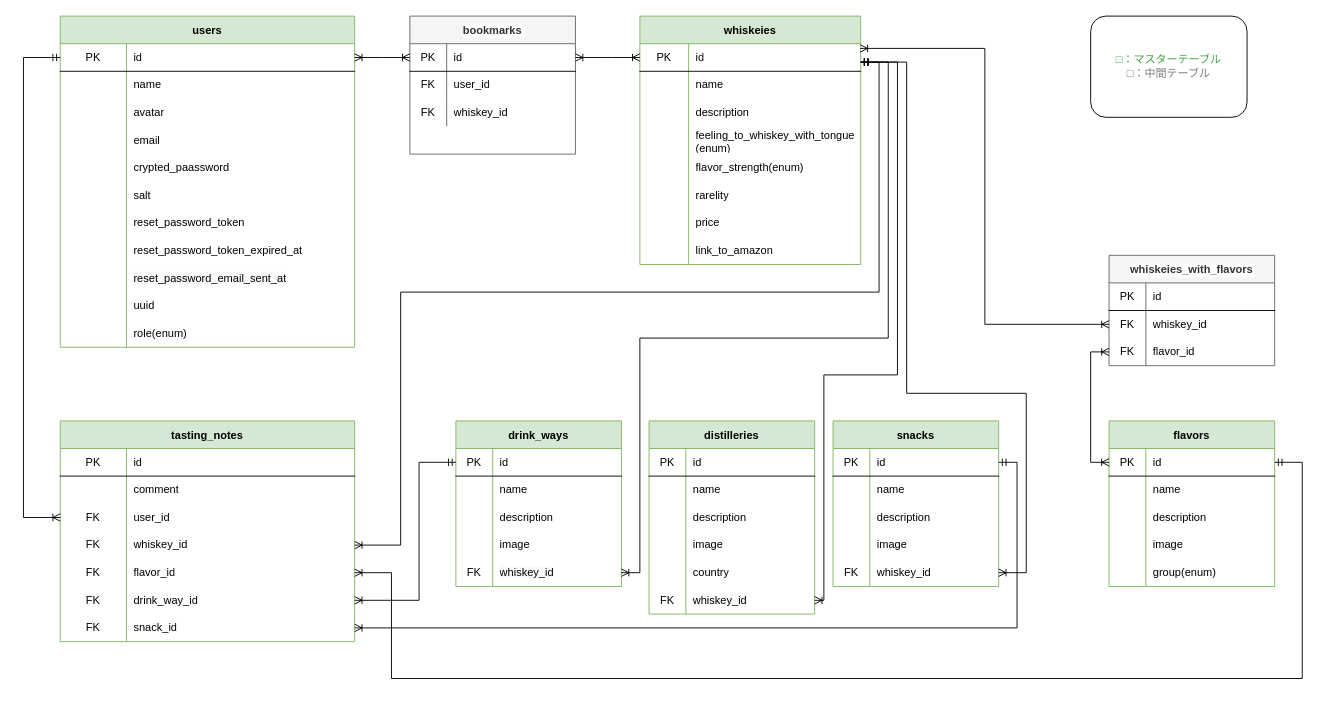
Earlier version of the draw.io diagram Untitled Diagram.drawio (tarakish/whiskey_database). Source tidied: cells renumbered, new cells numbered last; positions are measured from the earlier drawing's top-left corner, leaving out a move shared by most shapes. Both pictures are drawn from the tidied source at 92%, with x=0, y=0 at pixel (23, 16).
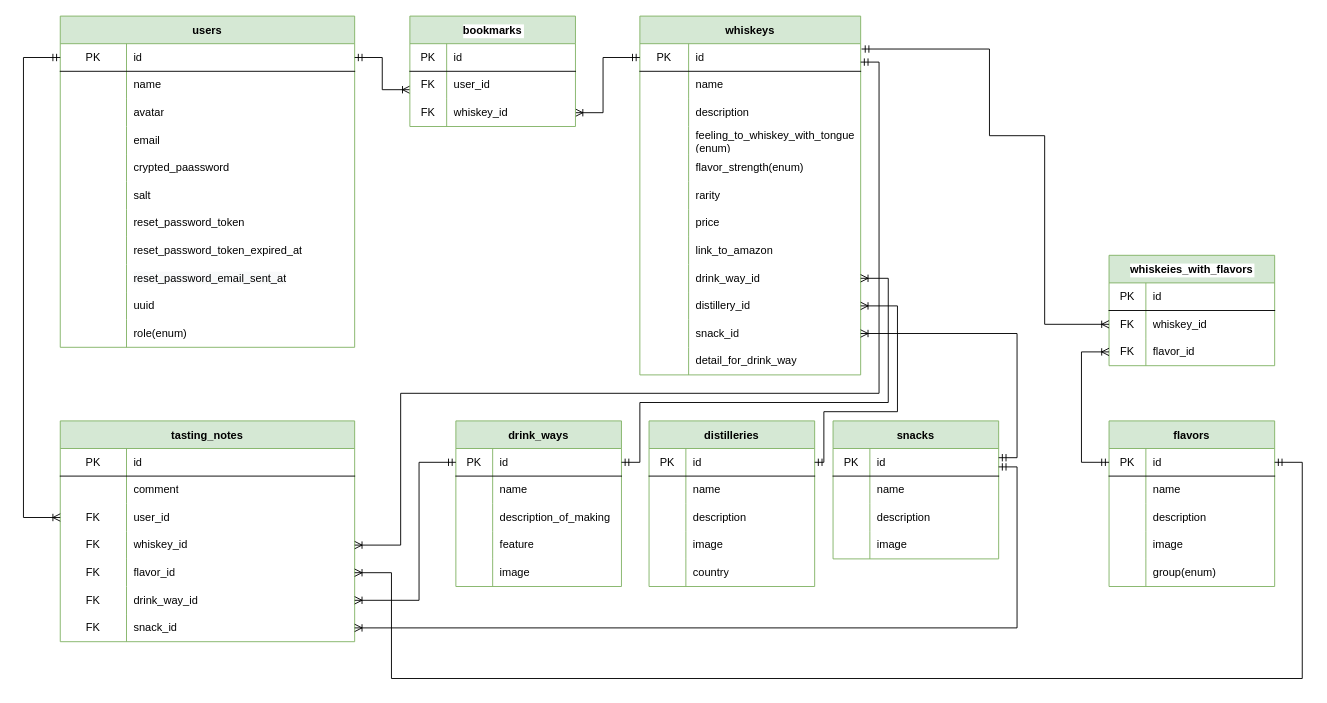
After the change.

Commit message:
Fix: fix ERD based on review

The change refers to these unchanged cells:
```xml
<mxCell id="2" value="users" style="shape=table;startSize=30;childLayout=tableLayout;rowLines=0;fontStyle=1;align=center;fillColor=#d5e8d4;strokeColor=#82b366;" parent="1" vertex="1">
  <mxGeometry x="40" width="320" height="360" as="geometry" />
</mxCell>
<mxCell id="3" style="shape=partialRectangle;html=1;whiteSpace=wrap;fillColor=none;top=0;left=0;bottom=1;right=0;points=[[0,0.5],[1,0.5]];portConstraint=eastwest;" parent="2" vertex="1">
  <mxGeometry y="30" width="320" height="30" as="geometry" />
</mxCell>
<mxCell id="37" style="shape=partialRectangle;html=1;whiteSpace=wrap;fillColor=none;top=0;left=0;bottom=1;right=0;points=[[0,0.5],[1,0.5]];portConstraint=eastwest;" parent="36" vertex="1">
  <mxGeometry y="30" width="180" height="30" as="geometry" />
</mxCell>
<mxCell id="53" style="shape=partialRectangle;html=1;whiteSpace=wrap;fillColor=none;top=0;left=0;bottom=1;right=0;points=[[0,0.5],[1,0.5]];portConstraint=eastwest;" parent="52" vertex="1">
  <mxGeometry y="30" width="240" height="30" as="geometry" />
</mxCell>
<mxCell id="68" style="shape=partialRectangle;html=1;whiteSpace=wrap;fillColor=none;top=0;left=0;bottom=0;right=0;" parent="52" vertex="1">
  <mxGeometry y="180" width="240" height="30" as="geometry" />
</mxCell>
<mxCell id="77" value="drink_ways" style="shape=table;startSize=30;childLayout=tableLayout;rowLines=0;fontStyle=1;align=center;fillColor=#d5e8d4;strokeColor=#82b366;" parent="1" vertex="1">
  <mxGeometry x="470" y="440" width="180" height="180" as="geometry" />
</mxCell>
<mxCell id="78" style="shape=partialRectangle;html=1;whiteSpace=wrap;fillColor=none;top=0;left=0;bottom=1;right=0;points=[[0,0.5],[1,0.5]];portConstraint=eastwest;" parent="77" vertex="1">
  <mxGeometry y="30" width="180" height="30" as="geometry" />
</mxCell>
<mxCell id="94" style="shape=partialRectangle;html=1;whiteSpace=wrap;fillColor=none;top=0;left=0;bottom=1;right=0;points=[[0,0.5],[1,0.5]];portConstraint=eastwest;" parent="93" vertex="1">
  <mxGeometry y="30" width="180" height="30" as="geometry" />
</mxCell>
<mxCell id="113" style="shape=partialRectangle;html=1;whiteSpace=wrap;fillColor=none;top=0;left=0;bottom=1;right=0;points=[[0,0.5],[1,0.5]];portConstraint=eastwest;" parent="112" vertex="1">
  <mxGeometry y="30" width="180" height="30" as="geometry" />
</mxCell>
<mxCell id="132" style="shape=partialRectangle;html=1;whiteSpace=wrap;fillColor=none;top=0;left=0;bottom=0;right=0;points=[[0,0.5],[1,0.5]];portConstraint=eastwest;labelBackgroundColor=default;" parent="128" vertex="1">
  <mxGeometry y="60" width="180" height="30" as="geometry" />
</mxCell>
<mxCell id="135" style="shape=partialRectangle;html=1;whiteSpace=wrap;fillColor=none;top=0;left=0;bottom=0;right=0;points=[[0,0.5],[1,0.5]];portConstraint=eastwest;labelBackgroundColor=default;" parent="128" vertex="1">
  <mxGeometry y="90" width="180" height="30" as="geometry" />
</mxCell>
<mxCell id="148" style="shape=partialRectangle;html=1;whiteSpace=wrap;fillColor=none;top=0;left=0;bottom=0;right=0;points=[[0,0.5],[1,0.5]];portConstraint=eastwest;" parent="138" vertex="1">
  <mxGeometry y="120" width="320" height="30" as="geometry" />
</mxCell>
<mxCell id="157" style="shape=partialRectangle;html=1;whiteSpace=wrap;fillColor=none;top=0;left=0;bottom=0;right=0;points=[[0,0.5],[1,0.5]];portConstraint=eastwest;" parent="138" vertex="1">
  <mxGeometry y="210" width="320" height="30" as="geometry" />
</mxCell>
<mxCell id="161" style="shape=partialRectangle;html=1;whiteSpace=wrap;fillColor=none;top=0;left=0;bottom=1;right=0;points=[[0,0.5],[1,0.5]];portConstraint=eastwest;labelBackgroundColor=default;" parent="160" vertex="1">
  <mxGeometry y="30" width="180" height="30" as="geometry" />
</mxCell>
```

Diff of the diagram source:
```diff
@@
+    <mxCell id="183" style="edgeStyle=orthogonalEdgeStyle;fontSize=12;html=1;endArrow=ERoneToMany;startArrow=ERmandOne;rounded=0;entryX=1;entryY=0.5;entryDx=0;entryDy=0;exitX=1;exitY=0.5;exitDx=0;exitDy=0;" parent="2" edge="1" source="3">
+      <mxGeometry relative="1" as="geometry">
+        <mxPoint x="380" y="80" as="targetPoint" />
+        <Array as="points">
+          <mxPoint x="350" y="45" />
+          <mxPoint x="350" y="80" />
+        </Array>
+      </mxGeometry>
+    </mxCell>
@@
-    <mxCell id="52" value="whiskeies" style="shape=table;startSize=30;childLayout=tableLayout;rowLines=0;fontStyle=1;align=center;fillColor=#d5e8d4;strokeColor=#82b366;" parent="1" vertex="1">
-      <mxGeometry x="670" width="240" height="270" as="geometry" />
+    <mxCell id="52" value="whiskeys" style="shape=table;startSize=30;childLayout=tableLayout;rowLines=0;fontStyle=1;align=center;fillColor=#d5e8d4;strokeColor=#82b366;" parent="1" vertex="1">
+      <mxGeometry x="670" width="240" height="390" as="geometry" />
     </mxCell>
@@
-    <mxCell id="70" value="rarelity" style="shape=partialRectangle;html=1;whiteSpace=wrap;fillColor=none;top=0;left=0;bottom=0;right=0;align=left;spacingLeft=6;overflow=hidden;" parent="68" vertex="1">
+    <mxCell id="70" value="rarity" style="shape=partialRectangle;html=1;whiteSpace=wrap;fillColor=none;top=0;left=0;bottom=0;right=0;align=left;spacingLeft=6;overflow=hidden;" parent="68" vertex="1">
       <mxGeometry x="53" width="187" height="30" as="geometry" />
     </mxCell>
@@
+    <mxCell id="184" style="shape=partialRectangle;html=1;whiteSpace=wrap;fillColor=none;top=0;left=0;bottom=0;right=0;points=[[0,0.5],[1,0.5]];portConstraint=eastwest;" parent="52" vertex="1">
+      <mxGeometry y="270" width="240" height="30" as="geometry" />
+    </mxCell>
+    <mxCell id="185" style="shape=partialRectangle;html=1;whiteSpace=wrap;fillColor=none;top=0;left=0;bottom=0;right=0;overflow=hidden;" parent="184" vertex="1">
+      <mxGeometry width="53" height="30" as="geometry" />
+    </mxCell>
+    <mxCell id="186" value="drink_way_id" style="shape=partialRectangle;html=1;whiteSpace=wrap;fillColor=none;top=0;left=0;bottom=0;right=0;align=left;spacingLeft=6;overflow=hidden;" parent="184" vertex="1">
+      <mxGeometry x="53" width="187" height="30" as="geometry" />
+    </mxCell>
+    <mxCell id="187" style="shape=partialRectangle;html=1;whiteSpace=wrap;fillColor=none;top=0;left=0;bottom=0;right=0;points=[[0,0.5],[1,0.5]];portConstraint=eastwest;" parent="52" vertex="1">
+      <mxGeometry y="300" width="240" height="30" as="geometry" />
+    </mxCell>
+    <mxCell id="188" style="shape=partialRectangle;html=1;whiteSpace=wrap;fillColor=none;top=0;left=0;bottom=0;right=0;overflow=hidden;" parent="187" vertex="1">
+      <mxGeometry width="53" height="30" as="geometry" />
+    </mxCell>
+    <mxCell id="189" value="distillery_id" style="shape=partialRectangle;html=1;whiteSpace=wrap;fillColor=none;top=0;left=0;bottom=0;right=0;align=left;spacingLeft=6;overflow=hidden;" parent="187" vertex="1">
+      <mxGeometry x="53" width="187" height="30" as="geometry" />
+    </mxCell>
+    <mxCell id="190" style="shape=partialRectangle;html=1;whiteSpace=wrap;fillColor=none;top=0;left=0;bottom=0;right=0;points=[[0,0.5],[1,0.5]];portConstraint=eastwest;" parent="52" vertex="1">
+      <mxGeometry y="330" width="240" height="30" as="geometry" />
+    </mxCell>
+    <mxCell id="191" style="shape=partialRectangle;html=1;whiteSpace=wrap;fillColor=none;top=0;left=0;bottom=0;right=0;overflow=hidden;" parent="190" vertex="1">
+      <mxGeometry width="53" height="30" as="geometry" />
+    </mxCell>
+    <mxCell id="192" value="snack_id" style="shape=partialRectangle;html=1;whiteSpace=wrap;fillColor=none;top=0;left=0;bottom=0;right=0;align=left;spacingLeft=6;overflow=hidden;" parent="190" vertex="1">
+      <mxGeometry x="53" width="187" height="30" as="geometry" />
+    </mxCell>
+    <mxCell id="193" style="shape=partialRectangle;html=1;whiteSpace=wrap;fillColor=none;top=0;left=0;bottom=0;right=0;" parent="52" vertex="1">
+      <mxGeometry y="360" width="240" height="30" as="geometry" />
+    </mxCell>
+    <mxCell id="194" style="shape=partialRectangle;html=1;whiteSpace=wrap;fillColor=none;top=0;left=0;bottom=0;right=0;overflow=hidden;" parent="193" vertex="1">
+      <mxGeometry width="53" height="30" as="geometry" />
+    </mxCell>
+    <mxCell id="195" value="detail_for_drink_way" style="shape=partialRectangle;html=1;whiteSpace=wrap;fillColor=none;top=0;left=0;bottom=0;right=0;align=left;spacingLeft=6;overflow=hidden;" parent="193" vertex="1">
+      <mxGeometry x="53" width="187" height="30" as="geometry" />
+    </mxCell>
+    <mxCell id="196" style="edgeStyle=orthogonalEdgeStyle;fontSize=12;html=1;endArrow=ERoneToMany;startArrow=ERmandOne;rounded=0;entryX=0;entryY=0.5;entryDx=0;entryDy=0;exitX=0;exitY=0.5;exitDx=0;exitDy=0;" parent="52" edge="1" source="53">
+      <mxGeometry relative="1" as="geometry">
+        <mxPoint x="-70" y="105" as="targetPoint" />
+        <Array as="points">
+          <mxPoint x="-40" y="45" />
+          <mxPoint x="-40" y="105" />
+        </Array>
+      </mxGeometry>
+    </mxCell>
@@
+    <mxCell id="197" style="shape=partialRectangle;html=1;whiteSpace=wrap;fillColor=none;top=0;left=0;bottom=0;right=0;" parent="77" vertex="1">
+      <mxGeometry y="90" width="180" height="30" as="geometry" />
+    </mxCell>
+    <mxCell id="198" style="shape=partialRectangle;html=1;whiteSpace=wrap;fillColor=none;top=0;left=0;bottom=0;right=0;overflow=hidden;" parent="197" vertex="1">
+      <mxGeometry width="40" height="30" as="geometry" />
+    </mxCell>
+    <mxCell id="199" value="description_of_making" style="shape=partialRectangle;html=1;whiteSpace=wrap;fillColor=none;top=0;left=0;bottom=0;right=0;align=left;spacingLeft=6;overflow=hidden;" parent="197" vertex="1">
+      <mxGeometry x="40" width="140" height="30" as="geometry" />
+    </mxCell>
     <mxCell id="84" style="shape=partialRectangle;html=1;whiteSpace=wrap;fillColor=none;top=0;left=0;bottom=0;right=0;" parent="77" vertex="1">
-      <mxGeometry y="90" width="180" height="30" as="geometry" />
+      <mxGeometry y="120" width="180" height="30" as="geometry" />
     </mxCell>
@@
-    <mxCell id="86" value="description" style="shape=partialRectangle;html=1;whiteSpace=wrap;fillColor=none;top=0;left=0;bottom=0;right=0;align=left;spacingLeft=6;overflow=hidden;" parent="84" vertex="1">
+    <mxCell id="86" value="feature" style="shape=partialRectangle;html=1;whiteSpace=wrap;fillColor=none;top=0;left=0;bottom=0;right=0;align=left;spacingLeft=6;overflow=hidden;" parent="84" vertex="1">
       <mxGeometry x="40" width="140" height="30" as="geometry" />
     </mxCell>
     <mxCell id="87" style="shape=partialRectangle;html=1;whiteSpace=wrap;fillColor=none;top=0;left=0;bottom=0;right=0;" parent="77" vertex="1">
-      <mxGeometry y="120" width="180" height="30" as="geometry" />
+      <mxGeometry y="150" width="180" height="30" as="geometry" />
     </mxCell>
@@
-    <mxCell id="90" style="shape=partialRectangle;html=1;whiteSpace=wrap;fillColor=none;top=0;left=0;bottom=0;right=0;points=[[0,0.5],[1,0.5]];portConstraint=eastwest;" parent="77" vertex="1">
-      <mxGeometry y="150" width="180" height="30" as="geometry" />
-    </mxCell>
-    <mxCell id="91" value="FK" style="shape=partialRectangle;html=1;whiteSpace=wrap;fillColor=none;top=0;left=0;bottom=0;right=0;overflow=hidden;" parent="90" vertex="1">
-      <mxGeometry width="40" height="30" as="geometry" />
-    </mxCell>
-    <mxCell id="92" value="&lt;span style=&quot;color: rgb(0, 0, 0); font-family: helvetica; font-size: 12px; font-style: normal; font-weight: 400; letter-spacing: normal; text-align: left; text-indent: 0px; text-transform: none; word-spacing: 0px; background-color: rgb(248, 249, 250); display: inline; float: none;&quot;&gt;whiskey_id&lt;/span&gt;" style="shape=partialRectangle;html=1;whiteSpace=wrap;fillColor=none;top=0;left=0;bottom=0;right=0;align=left;spacingLeft=6;overflow=hidden;" parent="90" vertex="1">
-      <mxGeometry x="40" width="140" height="30" as="geometry" />
-    </mxCell>
     <mxCell id="93" value="distilleries" style="shape=table;startSize=30;childLayout=tableLayout;rowLines=0;fontStyle=1;align=center;fillColor=#d5e8d4;strokeColor=#82b366;" parent="1" vertex="1">
-      <mxGeometry x="680" y="440" width="180" height="210" as="geometry" />
+      <mxGeometry x="680" y="440" width="180" height="180" as="geometry" />
     </mxCell>
@@
-    <mxCell id="109" style="shape=partialRectangle;html=1;whiteSpace=wrap;fillColor=none;top=0;left=0;bottom=0;right=0;points=[[0,0.5],[1,0.5]];portConstraint=eastwest;" parent="93" vertex="1">
-      <mxGeometry y="180" width="180" height="30" as="geometry" />
-    </mxCell>
-    <mxCell id="110" value="FK" style="shape=partialRectangle;html=1;whiteSpace=wrap;fillColor=none;top=0;left=0;bottom=0;right=0;overflow=hidden;" parent="109" vertex="1">
-      <mxGeometry width="40" height="30" as="geometry" />
-    </mxCell>
-    <mxCell id="111" value="&lt;span style=&quot;color: rgb(0, 0, 0); font-family: helvetica; font-size: 12px; font-style: normal; font-weight: 400; letter-spacing: normal; text-align: left; text-indent: 0px; text-transform: none; word-spacing: 0px; background-color: rgb(248, 249, 250); display: inline; float: none;&quot;&gt;whiskey_id&lt;/span&gt;" style="shape=partialRectangle;html=1;whiteSpace=wrap;fillColor=none;top=0;left=0;bottom=0;right=0;align=left;spacingLeft=6;overflow=hidden;" parent="109" vertex="1">
-      <mxGeometry x="40" width="140" height="30" as="geometry" />
-    </mxCell>
     <mxCell id="112" value="snacks" style="shape=table;startSize=30;childLayout=tableLayout;rowLines=0;fontStyle=1;align=center;fillColor=#d5e8d4;strokeColor=#82b366;" parent="1" vertex="1">
-      <mxGeometry x="880" y="440" width="180" height="180" as="geometry" />
+      <mxGeometry x="880" y="440" width="180" height="150" as="geometry" />
     </mxCell>
@@
-    <mxCell id="125" style="shape=partialRectangle;html=1;whiteSpace=wrap;fillColor=none;top=0;left=0;bottom=0;right=0;points=[[0,0.5],[1,0.5]];portConstraint=eastwest;" parent="112" vertex="1">
-      <mxGeometry y="150" width="180" height="30" as="geometry" />
-    </mxCell>
-    <mxCell id="126" value="FK" style="shape=partialRectangle;html=1;whiteSpace=wrap;fillColor=none;top=0;left=0;bottom=0;right=0;overflow=hidden;" parent="125" vertex="1">
-      <mxGeometry width="40" height="30" as="geometry" />
-    </mxCell>
-    <mxCell id="127" value="&lt;span&gt;whiskey_id&lt;/span&gt;" style="shape=partialRectangle;html=1;whiteSpace=wrap;fillColor=none;top=0;left=0;bottom=0;right=0;align=left;spacingLeft=6;overflow=hidden;" parent="125" vertex="1">
-      <mxGeometry x="40" width="140" height="30" as="geometry" />
-    </mxCell>
-    <mxCell id="128" value="whiskeies_with_flavors" style="shape=table;startSize=30;childLayout=tableLayout;rowLines=0;fontStyle=1;align=center;labelBackgroundColor=default;fillColor=#f5f5f5;fontColor=#333333;strokeColor=#666666;" parent="1" vertex="1">
+    <mxCell id="128" value="whiskeies_with_flavors" style="shape=table;startSize=30;childLayout=tableLayout;rowLines=0;fontStyle=1;align=center;labelBackgroundColor=default;fillColor=#d5e8d4;strokeColor=#82b366;" parent="1" vertex="1">
       <mxGeometry x="1180" y="260" width="180" height="120" as="geometry" />
     </mxCell>
@@
-    <mxCell id="160" value="bookmarks" style="shape=table;startSize=30;childLayout=tableLayout;rowLines=0;fontStyle=1;align=center;labelBackgroundColor=default;fillColor=#f5f5f5;fontColor=#333333;strokeColor=#666666;" parent="1" vertex="1">
-      <mxGeometry x="420" width="180" height="150" as="geometry" />
+    <mxCell id="160" value="bookmarks" style="shape=table;startSize=30;childLayout=tableLayout;rowLines=0;fontStyle=1;align=center;labelBackgroundColor=default;fillColor=#d5e8d4;strokeColor=#82b366;" parent="1" vertex="1">
+      <mxGeometry x="420" width="180" height="120" as="geometry" />
     </mxCell>
@@
-    <mxCell id="170" value="&lt;font color=&quot;#41a341&quot;&gt;□：マスターテーブル&lt;/font&gt;&lt;br&gt;&lt;font color=&quot;#7a7a7a&quot;&gt;□：中間テーブル&lt;/font&gt;" style="rounded=1;whiteSpace=wrap;html=1;labelBackgroundColor=default;" parent="1" vertex="1">
-      <mxGeometry x="1160" width="170" height="110" as="geometry" />
-    </mxCell>
@@
     <mxCell id="172" style="edgeStyle=orthogonalEdgeStyle;fontSize=12;html=1;endArrow=ERoneToMany;startArrow=ERmandOne;rounded=0;fontColor=#7A7A7A;entryX=1;entryY=0.5;entryDx=0;entryDy=0;" parent="1" edge="1" target="148">
       <mxGeometry relative="1" as="geometry">
         <mxPoint x="910" y="50" as="sourcePoint" />
         <Array as="points">
           <mxPoint x="930" y="50" />
-          <mxPoint x="930" y="300" />
-          <mxPoint x="410" y="300" />
+          <mxPoint x="930" y="410" />
+          <mxPoint x="410" y="410" />
           <mxPoint x="410" y="575" />
         </Array>
       </mxGeometry>
     </mxCell>
-    <mxCell id="173" style="edgeStyle=orthogonalEdgeStyle;fontSize=12;html=1;endArrow=ERoneToMany;startArrow=ERmandOne;rounded=0;fontColor=#7A7A7A;entryX=1;entryY=0.5;entryDx=0;entryDy=0;" parent="1" edge="1" target="90">
-      <mxGeometry relative="1" as="geometry">
-        <mxPoint x="910" y="50" as="sourcePoint" />
-        <Array as="points">
-          <mxPoint x="940" y="50" />
-          <mxPoint x="940" y="350" />
-          <mxPoint x="670" y="350" />
-          <mxPoint x="670" y="605" />
-        </Array>
-      </mxGeometry>
-    </mxCell>
-    <mxCell id="174" style="edgeStyle=orthogonalEdgeStyle;fontSize=12;html=1;endArrow=ERoneToMany;startArrow=ERmandOne;rounded=0;fontColor=#7A7A7A;entryX=1;entryY=0.5;entryDx=0;entryDy=0;" parent="1" edge="1" target="109">
-      <mxGeometry relative="1" as="geometry">
-        <mxPoint x="910" y="50" as="sourcePoint" />
-        <Array as="points">
-          <mxPoint x="950" y="50" />
-          <mxPoint x="950" y="390" />
-          <mxPoint x="870" y="390" />
-          <mxPoint x="870" y="635" />
-        </Array>
-      </mxGeometry>
-    </mxCell>
@@
-    <mxCell id="176" style="edgeStyle=orthogonalEdgeStyle;fontSize=12;html=1;endArrow=ERoneToMany;startArrow=ERmandOne;rounded=0;fontColor=#7A7A7A;entryX=1;entryY=0.5;entryDx=0;entryDy=0;" parent="1" edge="1" target="125">
-      <mxGeometry relative="1" as="geometry">
-        <mxPoint x="910" y="50" as="sourcePoint" />
-        <Array as="points">
-          <mxPoint x="960" y="50" />
-          <mxPoint x="960" y="410" />
-          <mxPoint x="1090" y="410" />
-          <mxPoint x="1090" y="605" />
-        </Array>
-      </mxGeometry>
-    </mxCell>
-    <mxCell id="177" style="edgeStyle=orthogonalEdgeStyle;fontSize=12;html=1;endArrow=ERoneToMany;startArrow=ERoneToMany;rounded=0;fontColor=#7A7A7A;entryX=0.998;entryY=0.171;entryDx=0;entryDy=0;exitX=0;exitY=0.5;exitDx=0;exitDy=0;entryPerimeter=0;" parent="1" edge="1" source="132" target="53">
-      <mxGeometry relative="1" as="geometry" />
-    </mxCell>
-    <mxCell id="178" style="edgeStyle=orthogonalEdgeStyle;fontSize=12;html=1;endArrow=ERoneToMany;startArrow=ERoneToMany;rounded=0;fontColor=#7A7A7A;entryX=0;entryY=0.5;entryDx=0;entryDy=0;exitX=0;exitY=0.5;exitDx=0;exitDy=0;" parent="1" edge="1" source="37" target="135">
-      <mxGeometry relative="1" as="geometry">
-        <Array as="points">
-          <mxPoint x="1160" y="485" />
-          <mxPoint x="1160" y="365" />
-        </Array>
-      </mxGeometry>
-    </mxCell>
-    <mxCell id="179" style="edgeStyle=orthogonalEdgeStyle;fontSize=12;html=1;endArrow=ERoneToMany;startArrow=ERmandOne;rounded=0;fontColor=#7A7A7A;entryX=1;entryY=0.5;entryDx=0;entryDy=0;exitX=1;exitY=0.5;exitDx=0;exitDy=0;" parent="1" edge="1" source="113" target="157">
+    <mxCell id="179" style="edgeStyle=orthogonalEdgeStyle;fontSize=12;html=1;endArrow=ERoneToMany;startArrow=ERmandOne;rounded=0;fontColor=#7A7A7A;entryX=1;entryY=0.5;entryDx=0;entryDy=0;" parent="1" edge="1" target="157">
       <mxGeometry relative="1" as="geometry">
+        <mxPoint x="1060" y="490" as="sourcePoint" />
         <Array as="points">
-          <mxPoint x="1080" y="485" />
+          <mxPoint x="1060" y="490" />
+          <mxPoint x="1080" y="490" />
           <mxPoint x="1080" y="665" />
         </Array>
       </mxGeometry>
     </mxCell>
@@
-    <mxCell id="181" style="edgeStyle=entityRelationEdgeStyle;fontSize=12;html=1;endArrow=ERoneToMany;startArrow=ERoneToMany;rounded=0;fontColor=#7A7A7A;entryX=0;entryY=0.5;entryDx=0;entryDy=0;exitX=1;exitY=0.5;exitDx=0;exitDy=0;" parent="1" edge="1" source="161" target="53">
-      <mxGeometry relative="1" as="geometry" />
-    </mxCell>
-    <mxCell id="182" style="edgeStyle=entityRelationEdgeStyle;fontSize=12;html=1;endArrow=ERoneToMany;startArrow=ERoneToMany;rounded=0;fontColor=#7A7A7A;exitX=1;exitY=0.5;exitDx=0;exitDy=0;entryX=0;entryY=0.5;entryDx=0;entryDy=0;" parent="1" edge="1" source="3" target="161">
-      <mxGeometry relative="1" as="geometry" />
-    </mxCell>
+    <mxCell id="200" style="edgeStyle=orthogonalEdgeStyle;fontSize=12;html=1;endArrow=ERoneToMany;startArrow=ERmandOne;rounded=0;entryX=0;entryY=0.5;entryDx=0;entryDy=0;exitX=1.004;exitY=0.193;exitDx=0;exitDy=0;exitPerimeter=0;" parent="1" edge="1" source="53" target="132">
+      <mxGeometry relative="1" as="geometry">
+        <Array as="points">
+          <mxPoint x="1050" y="36" />
+          <mxPoint x="1050" y="130" />
+          <mxPoint x="1110" y="130" />
+          <mxPoint x="1110" y="335" />
+        </Array>
+      </mxGeometry>
+    </mxCell>
+    <mxCell id="178" style="edgeStyle=orthogonalEdgeStyle;fontSize=12;html=1;endArrow=ERoneToMany;startArrow=ERmandOne;rounded=0;entryX=0;entryY=0.5;entryDx=0;entryDy=0;exitX=0;exitY=0.5;exitDx=0;exitDy=0;" parent="1" edge="1" source="37" target="135">
+      <mxGeometry relative="1" as="geometry">
+        <Array as="points">
+          <mxPoint x="1150" y="485" />
+          <mxPoint x="1150" y="365" />
+        </Array>
+      </mxGeometry>
+    </mxCell>
+    <mxCell id="201" style="edgeStyle=orthogonalEdgeStyle;fontSize=12;html=1;endArrow=ERoneToMany;startArrow=ERmandOne;rounded=0;exitX=1;exitY=0.5;exitDx=0;exitDy=0;entryX=1;entryY=0.5;entryDx=0;entryDy=0;" parent="1" edge="1" source="78" target="184">
+      <mxGeometry relative="1" as="geometry">
+        <Array as="points">
+          <mxPoint x="670" y="485" />
+          <mxPoint x="670" y="420" />
+          <mxPoint x="940" y="420" />
+          <mxPoint x="940" y="285" />
+        </Array>
+      </mxGeometry>
+    </mxCell>
+    <mxCell id="202" style="edgeStyle=orthogonalEdgeStyle;fontSize=12;html=1;endArrow=ERoneToMany;startArrow=ERmandOne;rounded=0;exitX=1;exitY=0.5;exitDx=0;exitDy=0;entryX=1;entryY=0.5;entryDx=0;entryDy=0;" parent="1" edge="1" source="94" target="187">
+      <mxGeometry relative="1" as="geometry">
+        <Array as="points">
+          <mxPoint x="870" y="485" />
+          <mxPoint x="870" y="430" />
+          <mxPoint x="950" y="430" />
+          <mxPoint x="950" y="315" />
+        </Array>
+      </mxGeometry>
+    </mxCell>
+    <mxCell id="203" style="edgeStyle=orthogonalEdgeStyle;fontSize=12;html=1;endArrow=ERoneToMany;startArrow=ERmandOne;rounded=0;" parent="1" edge="1" target="190">
+      <mxGeometry relative="1" as="geometry">
+        <mxPoint x="1060" y="480" as="sourcePoint" />
+        <Array as="points">
+          <mxPoint x="1060" y="480" />
+          <mxPoint x="1080" y="480" />
+          <mxPoint x="1080" y="345" />
+        </Array>
+      </mxGeometry>
+    </mxCell>
```
